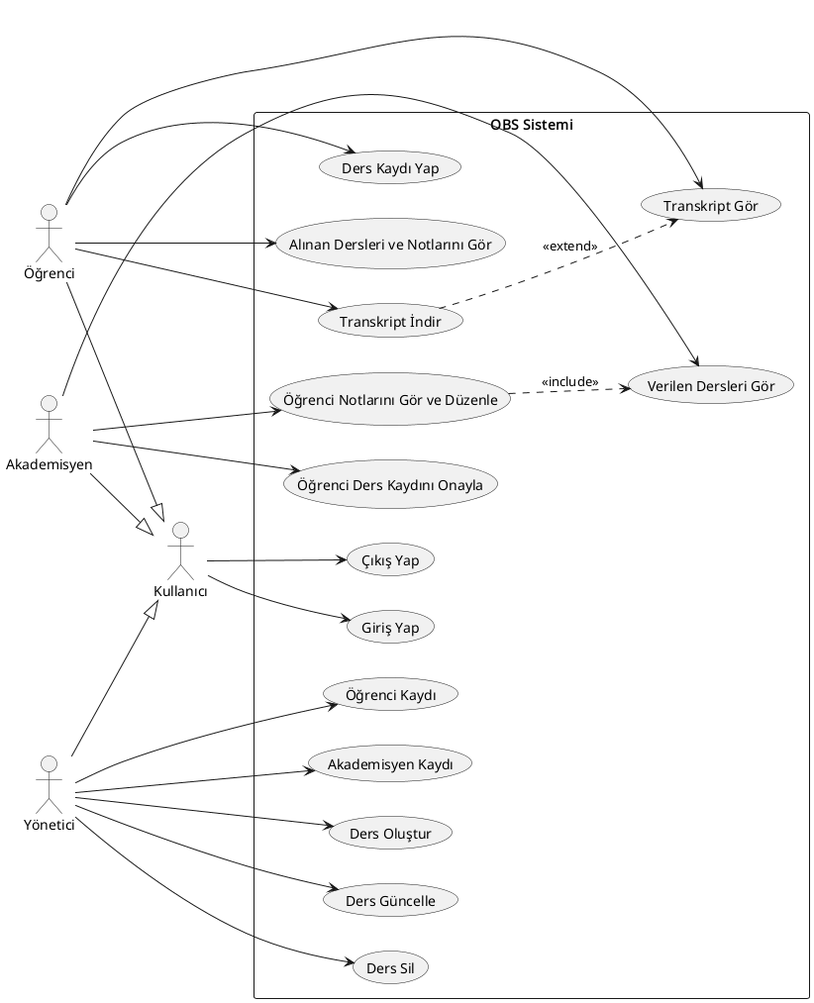
Esat-cpu/proje-obs keeps this PlantUML diagram as assets/usecase.png. Above is the earlier version. Source of this version:
```plantuml
@startuml OBS Use Case

left to right direction

actor "Kullanıcı" as User
actor Öğrenci
actor Akademisyen
actor Yönetici

Öğrenci --|> User
Akademisyen --|> User
Yönetici --|> User


rectangle "OBS Sistemi" {

  usecase "Giriş Yap" as Login
  usecase "Çıkış Yap" as Logout

  usecase "Ders Kaydı Yap" as RegisterForCourse
  usecase "Alınan Dersleri ve Notlarını Gör" as ViewCoursesAndGrades
  usecase "Transkript Gör" as ViewTranscript
  usecase "Transkript İndir" as DownloadTranscript

  usecase "Verilen Dersleri Gör" as ViewTeachingCourses
  usecase "Öğrenci Notlarını Gör ve Düzenle" as ManageGrades
  usecase "Öğrenci Ders Kaydını Onayla" as ApproveCourseReg

  usecase "Öğrenci Kaydı" as RegisterStudent
  usecase "Akademisyen Kaydı" as RegisterAcademic
  usecase "Ders Oluştur" as CreateCourse
  usecase "Ders Güncelle" as UpdateCourse
  usecase "Ders Sil" as DeleteCourse
}

User --> Login
User --> Logout


Öğrenci --> RegisterForCourse
Öğrenci --> ViewCoursesAndGrades
Öğrenci --> ViewTranscript
Öğrenci --> DownloadTranscript


Akademisyen --> ViewTeachingCourses
Akademisyen --> ManageGrades
Akademisyen --> ApproveCourseReg


Yönetici --> RegisterStudent
Yönetici --> RegisterAcademic
Yönetici --> CreateCourse
Yönetici --> UpdateCourse
Yönetici --> DeleteCourse


ManageGrades ..> ViewTeachingCourses : <<include>>
DownloadTranscript ..> ViewTranscript : <<extend>>


@enduml
```
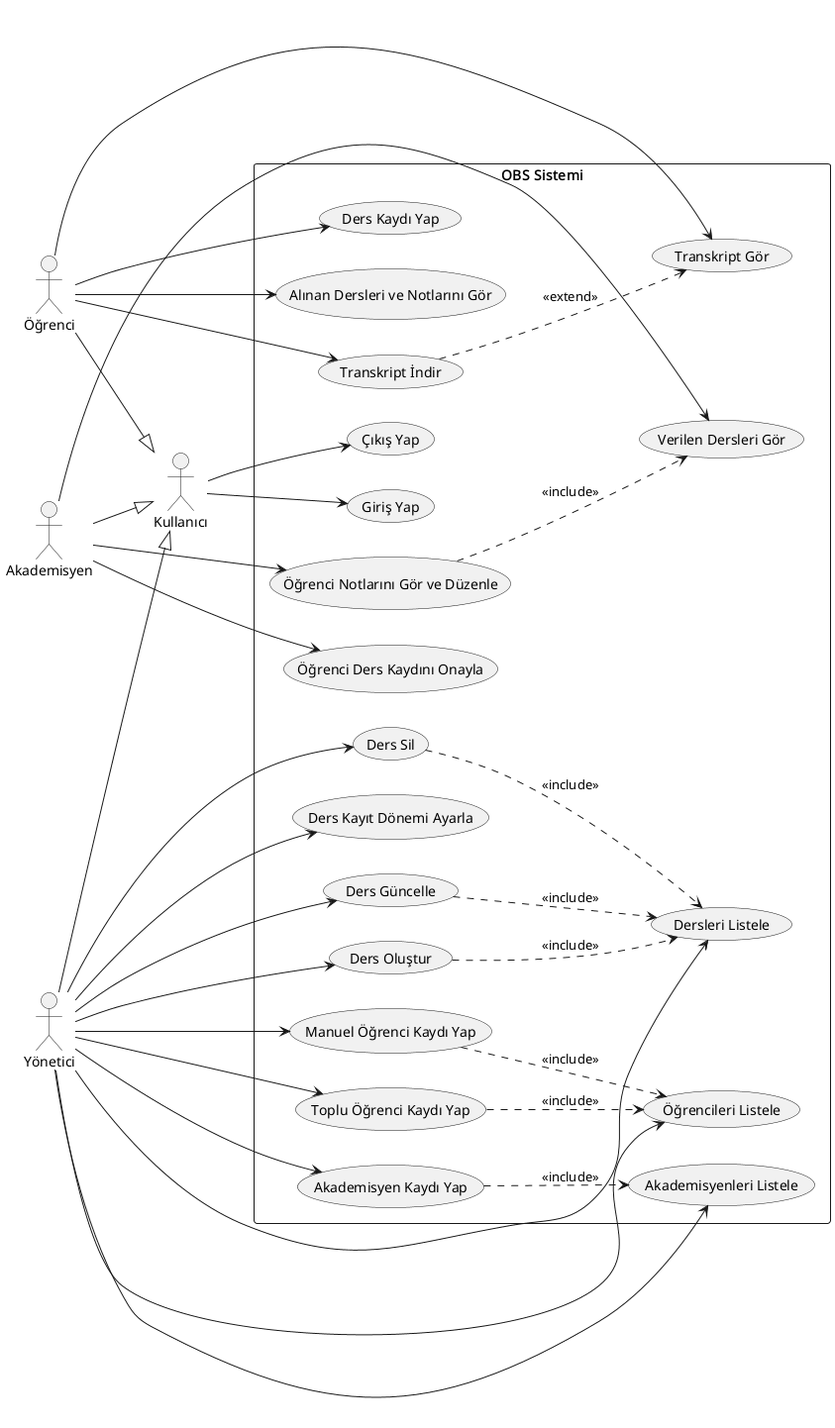
Later version of the same file.

Commit message:
docs: use case ve gereksinimleri güncelle

Use Case diyagramının detaylandırılması
Açıklamaların giriş çıkış koşullarını içerecek formatta tekrar yazılması
Ders kayıt döneminin belirtilmesi
Gereksinimlerde çoklu dil desteğinin belirtilmesi

Change to the diagram source:
```diff
@@ -26,11 +26,19 @@
   usecase "Öğrenci Notlarını Gör ve Düzenle" as ManageGrades
   usecase "Öğrenci Ders Kaydını Onayla" as ApproveCourseReg
 
-  usecase "Öğrenci Kaydı" as RegisterStudent
-  usecase "Akademisyen Kaydı" as RegisterAcademic
+  usecase "Öğrencileri Listele" as ViewStudent
+  usecase "Manuel Öğrenci Kaydı Yap" as RegisterStudent
+  usecase "Toplu Öğrenci Kaydı Yap" as RegisterManyStudents
+
+  usecase "Akademisyenleri Listele" as ViewAcademic
+  usecase "Akademisyen Kaydı Yap" as RegisterAcademic
+
+  usecase "Dersleri Listele" as ViewCourse
   usecase "Ders Oluştur" as CreateCourse
   usecase "Ders Güncelle" as UpdateCourse
   usecase "Ders Sil" as DeleteCourse
+
+  usecase "Ders Kayıt Dönemi Ayarla" as ManageRegisterPeriod
 }
 
 User --> Login
@@ -48,15 +56,28 @@
 Akademisyen --> ApproveCourseReg
 
 
+Yönetici --> ViewStudent
 Yönetici --> RegisterStudent
+Yönetici --> RegisterManyStudents
+Yönetici --> ViewAcademic
 Yönetici --> RegisterAcademic
+Yönetici --> ViewCourse
 Yönetici --> CreateCourse
 Yönetici --> UpdateCourse
 Yönetici --> DeleteCourse
+Yönetici --> ManageRegisterPeriod
 
 
 ManageGrades ..> ViewTeachingCourses : <<include>>
+
 DownloadTranscript ..> ViewTranscript : <<extend>>
+
+RegisterManyStudents ..> ViewStudent : <<include>>
+RegisterStudent ..> ViewStudent : <<include>>
+RegisterAcademic ..> ViewAcademic : <<include>>
+CreateCourse ..> ViewCourse : <<include>>
+UpdateCourse ..> ViewCourse : <<include>>
+DeleteCourse ..> ViewCourse : <<include>>
 
 
 @enduml
```
